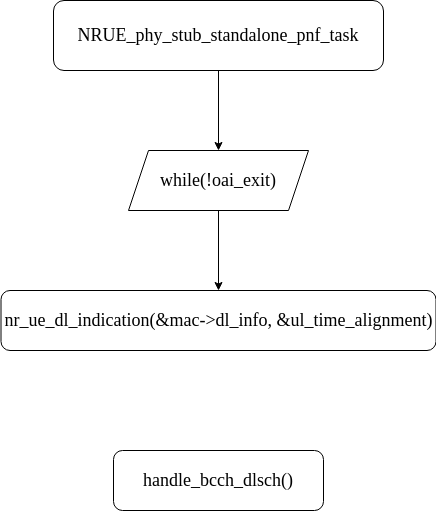
Before: oai_nr_ue_sync.drawio.png, a diagram exported from draw.io (theyuzn/lightweight_scheduler). Source tidied: cells renumbered, new cells last; positions are measured from the earlier drawing's top-left corner, leaving out a move shared by most shapes. The source it was exported from:
```xml
<mxGraphModel>
  <root>
    <mxCell id="0" />
    <mxCell id="1" parent="0" />
    <mxCell id="2" style="edgeStyle=orthogonalEdgeStyle;rounded=0;jettySize=auto;html=1;fontFamily=Times New Roman;fontSize=18;" parent="1" edge="1" source="3" target="5">
      <mxGeometry relative="1" as="geometry" />
    </mxCell>
    <mxCell id="3" value="&lt;font style=&quot;font-size: 18px;&quot; face=&quot;Times New Roman&quot;&gt;NRUE_phy_stub_standalone_pnf_task&lt;/font&gt;" style="rounded=1;whiteSpace=wrap;html=1;" parent="1" vertex="1">
      <mxGeometry x="52" width="330" height="70" as="geometry" />
    </mxCell>
    <mxCell id="4" style="edgeStyle=orthogonalEdgeStyle;rounded=0;jettySize=auto;html=1;entryX=0.5;entryY=0;entryDx=0;entryDy=0;fontFamily=Times New Roman;fontSize=18;" parent="1" edge="1" source="5" target="6">
      <mxGeometry relative="1" as="geometry" />
    </mxCell>
    <mxCell id="5" value="while(!oai_exit)" style="shape=parallelogram;perimeter=parallelogramPerimeter;whiteSpace=wrap;html=1;fixedSize=1;fontFamily=Times New Roman;fontSize=18;" parent="1" vertex="1">
      <mxGeometry x="127" y="150" width="180" height="60" as="geometry" />
    </mxCell>
    <mxCell id="6" value="nr_ue_dl_indication(&amp;amp;mac-&amp;gt;dl_info, &amp;amp;ul_time_alignment)" style="rounded=1;whiteSpace=wrap;html=1;fontFamily=Times New Roman;fontSize=18;" parent="1" vertex="1">
      <mxGeometry x="-0.5" y="290" width="435" height="60" as="geometry" />
    </mxCell>
    <mxCell id="7" value="handle_bcch_dlsch()" style="rounded=1;whiteSpace=wrap;html=1;fontFamily=Times New Roman;fontSize=18;" parent="1" vertex="1">
      <mxGeometry x="112" y="450" width="210" height="60" as="geometry" />
    </mxCell>
  </root>
</mxGraphModel>
```
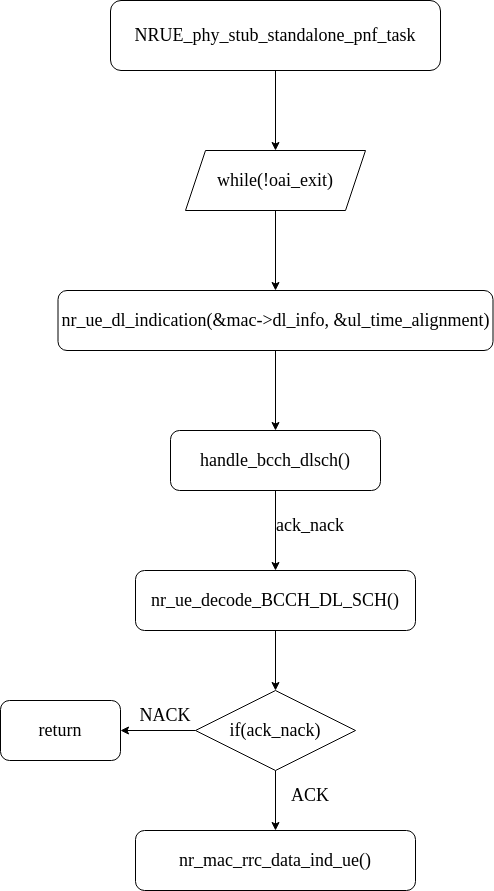
Above is the later version.

The edit, as a diff of the source:
```diff
@@ -14,11 +14,47 @@
     <mxCell id="5" value="while(!oai_exit)" style="shape=parallelogram;perimeter=parallelogramPerimeter;whiteSpace=wrap;html=1;fixedSize=1;fontFamily=Times New Roman;fontSize=18;" parent="1" vertex="1">
       <mxGeometry x="127" y="150" width="180" height="60" as="geometry" />
     </mxCell>
+    <mxCell id="8" style="edgeStyle=orthogonalEdgeStyle;rounded=0;jettySize=auto;html=1;entryX=0.5;entryY=0;entryDx=0;entryDy=0;fontFamily=Times New Roman;fontSize=18;" parent="1" edge="1" source="6" target="7">
+      <mxGeometry relative="1" as="geometry" />
+    </mxCell>
     <mxCell id="6" value="nr_ue_dl_indication(&amp;amp;mac-&amp;gt;dl_info, &amp;amp;ul_time_alignment)" style="rounded=1;whiteSpace=wrap;html=1;fontFamily=Times New Roman;fontSize=18;" parent="1" vertex="1">
       <mxGeometry x="-0.5" y="290" width="435" height="60" as="geometry" />
     </mxCell>
+    <mxCell id="9" style="edgeStyle=orthogonalEdgeStyle;rounded=0;jettySize=auto;html=1;entryX=0.5;entryY=0;entryDx=0;entryDy=0;fontFamily=Times New Roman;fontSize=18;" parent="1" edge="1" source="7" target="11">
+      <mxGeometry relative="1" as="geometry" />
+    </mxCell>
     <mxCell id="7" value="handle_bcch_dlsch()" style="rounded=1;whiteSpace=wrap;html=1;fontFamily=Times New Roman;fontSize=18;" parent="1" vertex="1">
-      <mxGeometry x="112" y="450" width="210" height="60" as="geometry" />
+      <mxGeometry x="112" y="430" width="210" height="60" as="geometry" />
     </mxCell>
+    <mxCell id="10" style="edgeStyle=orthogonalEdgeStyle;rounded=0;jettySize=auto;html=1;entryX=0.5;entryY=0;entryDx=0;entryDy=0;fontFamily=Times New Roman;fontSize=18;" parent="1" edge="1" source="11" target="15">
+      <mxGeometry relative="1" as="geometry" />
+    </mxCell>
+    <mxCell id="11" value="nr_ue_decode_BCCH_DL_SCH()" style="rounded=1;whiteSpace=wrap;html=1;fontFamily=Times New Roman;fontSize=18;" parent="1" vertex="1">
+      <mxGeometry x="77" y="570" width="280" height="60" as="geometry" />
+    </mxCell>
+    <mxCell id="12" value="ack_nack" style="text;html=1;strokeColor=none;fillColor=none;align=center;verticalAlign=middle;whiteSpace=wrap;rounded=0;fontFamily=Times New Roman;fontSize=18;" parent="1" vertex="1">
+      <mxGeometry x="222" y="510" width="60" height="30" as="geometry" />
+    </mxCell>
+    <mxCell id="13" style="edgeStyle=orthogonalEdgeStyle;rounded=0;jettySize=auto;html=1;fontFamily=Times New Roman;fontSize=18;" parent="1" edge="1" source="15" target="16">
+      <mxGeometry relative="1" as="geometry" />
+    </mxCell>
+    <mxCell id="14" style="edgeStyle=orthogonalEdgeStyle;rounded=0;jettySize=auto;html=1;fontFamily=Times New Roman;fontSize=18;" parent="1" edge="1" source="15" target="18">
+      <mxGeometry relative="1" as="geometry" />
+    </mxCell>
+    <mxCell id="15" value="if(ack_nack)" style="rhombus;whiteSpace=wrap;html=1;fontFamily=Times New Roman;fontSize=18;" parent="1" vertex="1">
+      <mxGeometry x="137" y="690" width="160" height="80" as="geometry" />
+    </mxCell>
+    <mxCell id="16" value="nr_mac_rrc_data_ind_ue()" style="rounded=1;whiteSpace=wrap;html=1;fontFamily=Times New Roman;fontSize=18;" parent="1" vertex="1">
+      <mxGeometry x="77" y="830" width="280" height="60" as="geometry" />
+    </mxCell>
+    <mxCell id="17" value="ACK" style="text;html=1;strokeColor=none;fillColor=none;align=center;verticalAlign=middle;whiteSpace=wrap;rounded=0;fontFamily=Times New Roman;fontSize=18;" parent="1" vertex="1">
+      <mxGeometry x="222" y="780" width="60" height="30" as="geometry" />
+    </mxCell>
+    <mxCell id="18" value="return" style="rounded=1;whiteSpace=wrap;html=1;fontFamily=Times New Roman;fontSize=18;" parent="1" vertex="1">
+      <mxGeometry x="-58" y="700" width="120" height="60" as="geometry" />
+    </mxCell>
+    <mxCell id="19" value="NACK" style="text;html=1;strokeColor=none;fillColor=none;align=center;verticalAlign=middle;whiteSpace=wrap;rounded=0;fontFamily=Times New Roman;fontSize=18;" parent="1" vertex="1">
+      <mxGeometry x="77" y="700" width="60" height="30" as="geometry" />
+    </mxCell>
   </root>
 </mxGraphModel>
```
